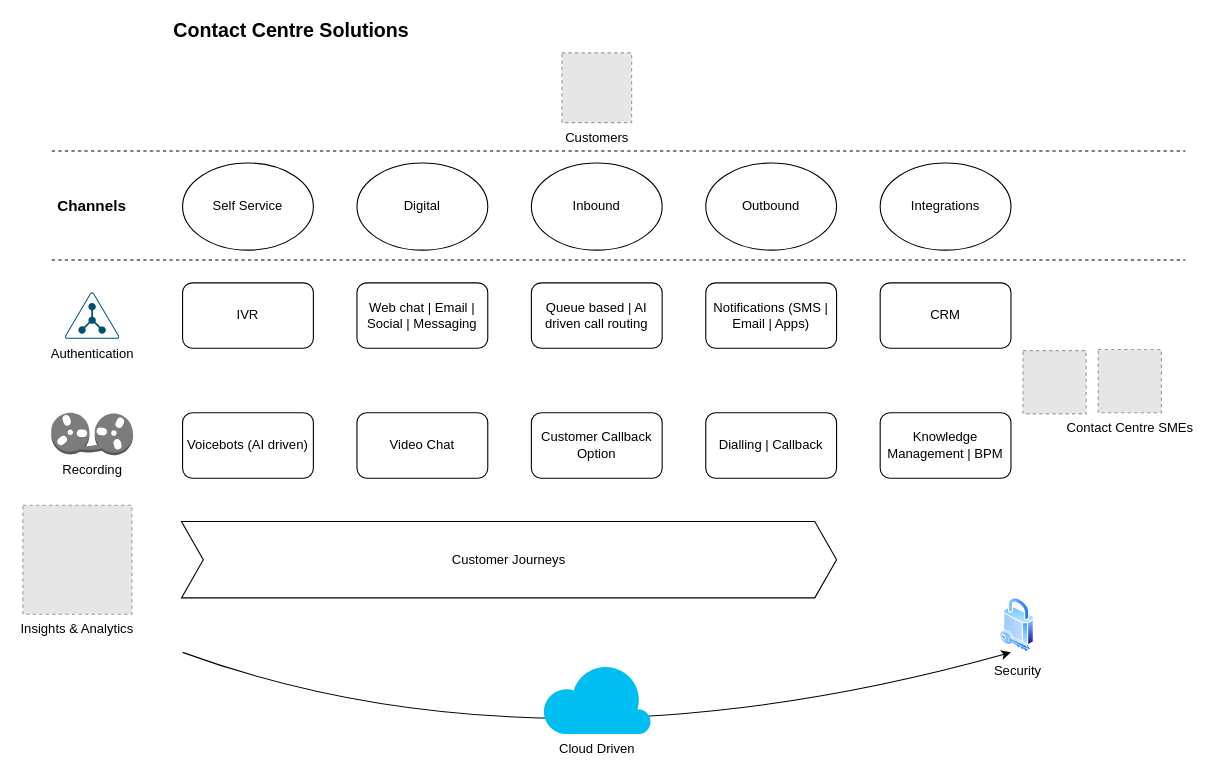
Before: Untitled Diagram.drawio in mayankmotani89/Demo, a draw.io diagram. Source tidied: cells renumbered, new cells numbered last; positions are measured from the earlier drawing's top-left corner, leaving out a move shared by most shapes. Both pictures are drawn from the tidied source at 109%, with x=0, y=0 at pixel (23, 20). Pictures stored in the file or linked from it are replaced by grey dashed boxes.
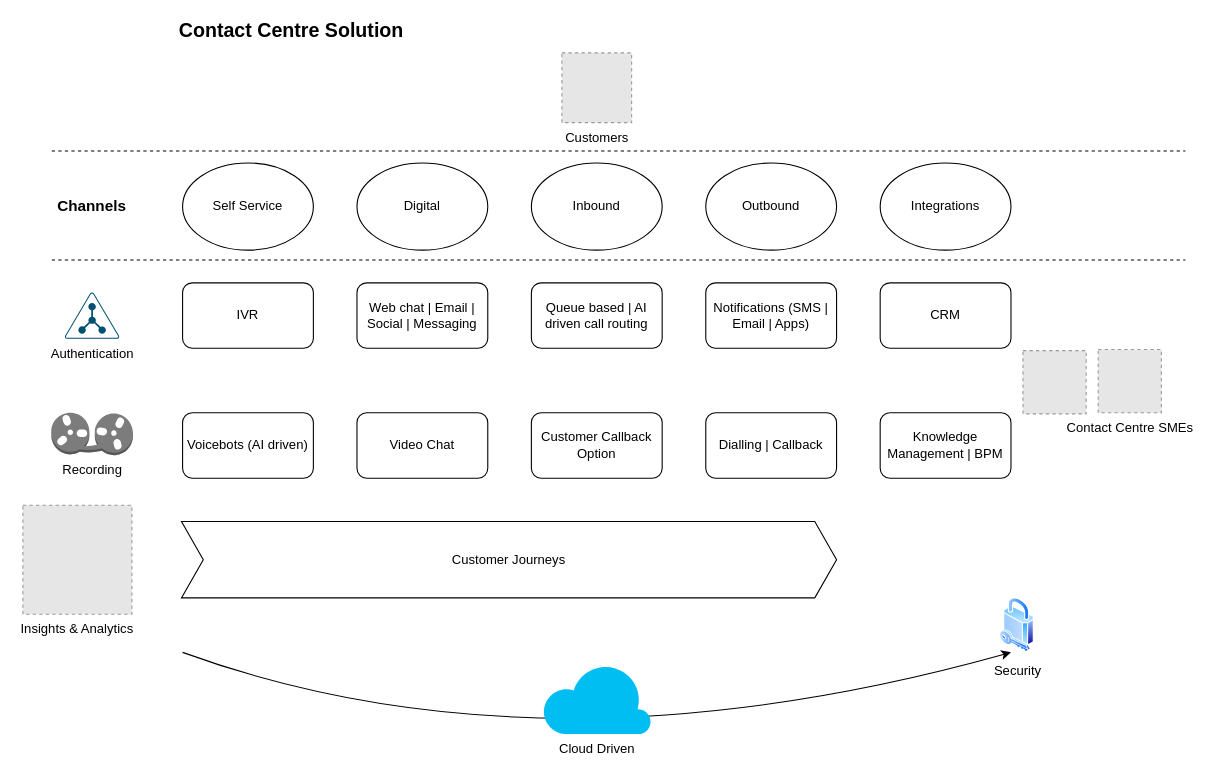
Above is the later version.

What changed in the source:
```diff
@@
-    <mxCell id="25" value="&lt;font size=&quot;1&quot;&gt;&lt;b style=&quot;font-size: 18px&quot;&gt;Contact Centre Solutions&lt;/b&gt;&lt;/font&gt;" style="text;html=1;strokeColor=none;fillColor=none;align=center;verticalAlign=middle;whiteSpace=wrap;rounded=0;" parent="1" vertex="1">
+    <mxCell id="25" value="&lt;font size=&quot;1&quot;&gt;&lt;b style=&quot;font-size: 18px&quot;&gt;Contact Centre Solution&lt;/b&gt;&lt;/font&gt;" style="text;html=1;strokeColor=none;fillColor=none;align=center;verticalAlign=middle;whiteSpace=wrap;rounded=0;" parent="1" vertex="1">
       <mxGeometry x="36" width="420" height="20" as="geometry" />
     </mxCell>
```
